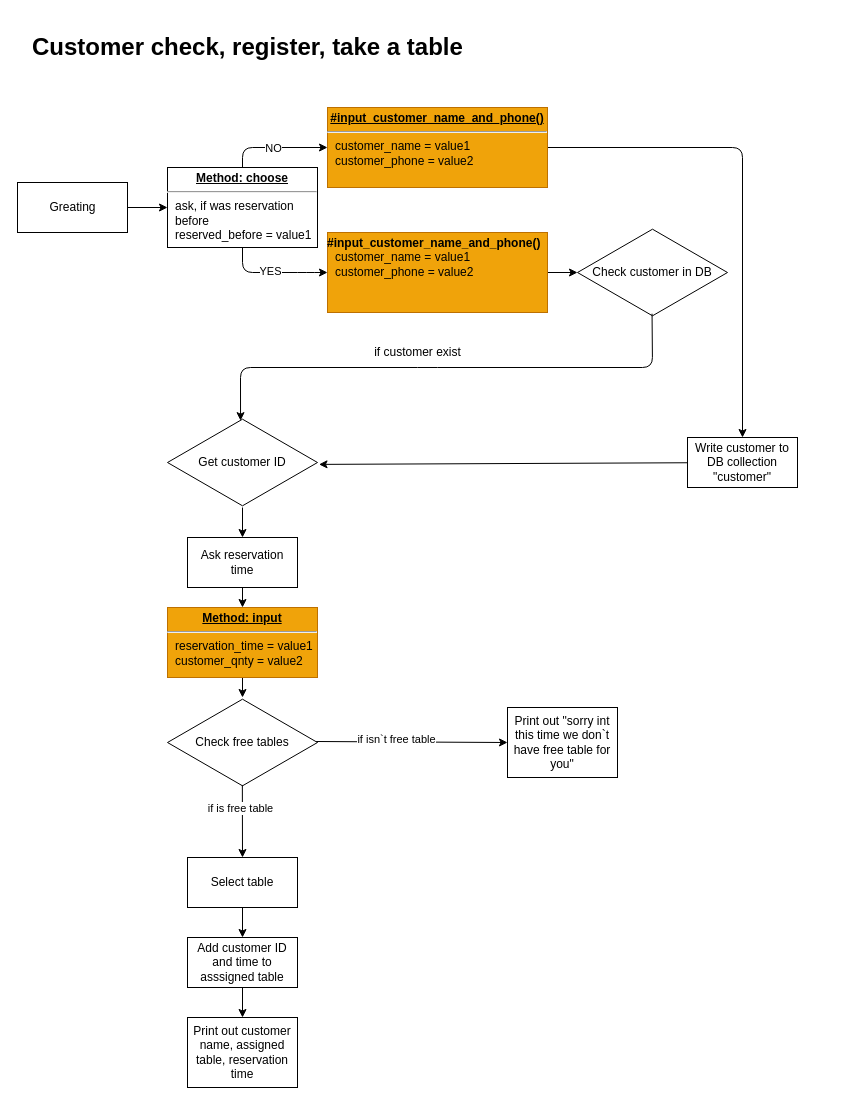
giedriuzz/cafeteria keeps this draw.io diagram as page "customer" (2 of 2) of draw_dio/mongodb.dio. Above is the earlier version. Source tidied: cells renumbered, new cells numbered last; positions are measured from the earlier drawing's top-left corner, leaving out a move shared by most shapes. Both pictures are drawn from the tidied source at 100%, with x=0, y=0 at pixel (17, 27).
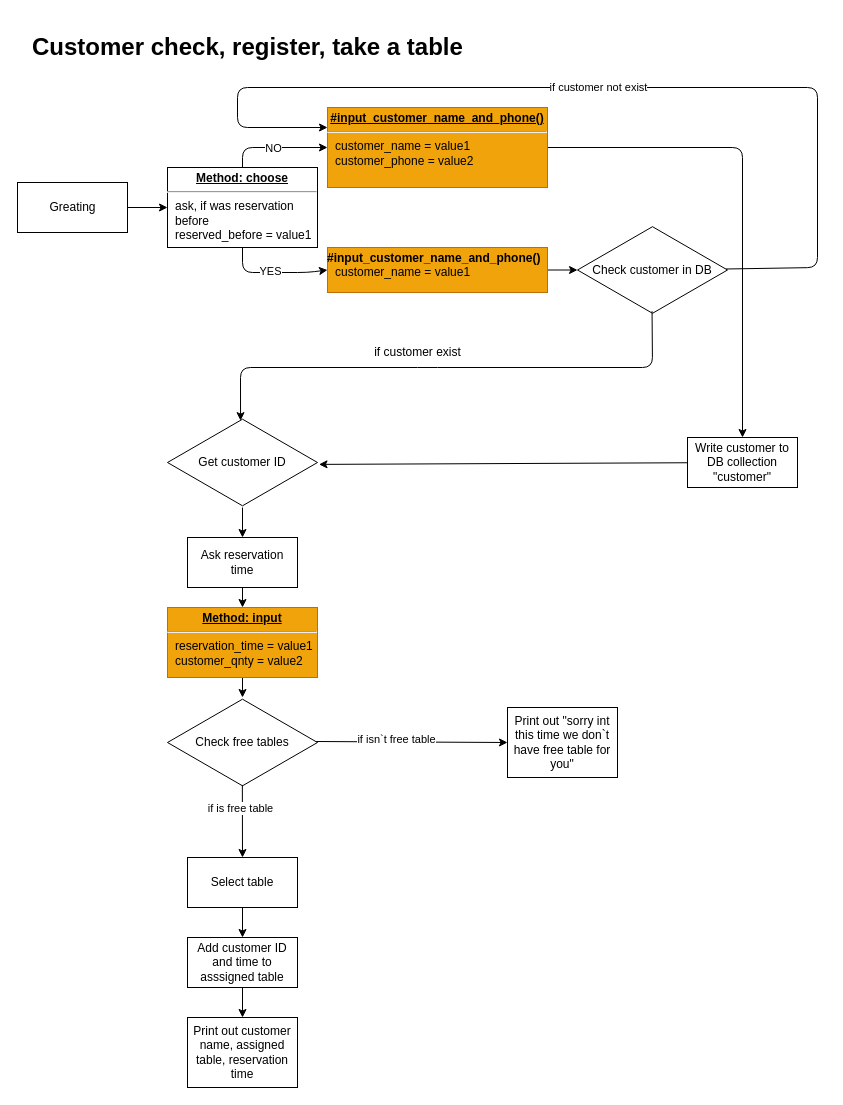
After the change.

Commit message (it also covers changes not shown here):
work on Customer model

The change refers to these unchanged cells:
```xml
<mxCell id="5" value="&lt;p style=&quot;margin:0px;margin-top:4px;text-align:center;text-decoration:underline;&quot;&gt;&lt;b&gt;#input_customer_name_and_phone()&lt;/b&gt;&lt;/p&gt;&lt;hr&gt;&lt;p style=&quot;margin:0px;margin-left:8px;&quot;&gt;customer_name = value1&lt;br&gt;customer_phone = value2&lt;br&gt;&lt;/p&gt;" style="verticalAlign=top;align=left;overflow=fill;fontSize=12;fontFamily=Helvetica;html=1;whiteSpace=wrap;fillColor=#f0a30a;fontColor=#000000;strokeColor=#BD7000;" parent="1" vertex="1">
  <mxGeometry x="310" y="80" width="220" height="80" as="geometry" />
</mxCell>
```

Change to the diagram source:
```diff
@@
+    <mxCell id="36" style="edgeStyle=none;html=1;entryX=0;entryY=0.25;entryDx=0;entryDy=0;exitX=0.988;exitY=0.489;exitDx=0;exitDy=0;exitPerimeter=0;" parent="1" edge="1" source="7" target="5">
+      <mxGeometry relative="1" as="geometry">
+        <Array as="points">
+          <mxPoint x="800" y="240" />
+          <mxPoint x="800" y="60" />
+          <mxPoint x="220" y="60" />
+          <mxPoint x="220" y="100" />
+        </Array>
+      </mxGeometry>
+    </mxCell>
+    <mxCell id="37" value="if customer not exist" style="edgeLabel;html=1;align=center;verticalAlign=middle;" parent="36" vertex="1">
+      <mxGeometry y="-1" relative="1" as="geometry" />
+    </mxCell>
     <mxCell id="7" value="Check customer in DB" style="html=1;whiteSpace=wrap;shape=isoRectangle;" parent="1" vertex="1">
-      <mxGeometry x="560" y="200" width="150" height="90" as="geometry" />
+      <mxGeometry x="560" y="197.5" width="150" height="90" as="geometry" />
     </mxCell>
@@
-    <mxCell id="34" value="&lt;p style=&quot;margin:0px;margin-top:4px;text-align:center;text-decoration:underline;&quot;&gt;&lt;/p&gt;&lt;b style=&quot;text-align: center;&quot;&gt;#input_customer_name_and_phone()&lt;/b&gt;&lt;p style=&quot;margin:0px;margin-left:8px;&quot;&gt;customer_name = value1&lt;br&gt;customer_phone = value2&lt;br&gt;&lt;/p&gt;" style="verticalAlign=top;align=left;overflow=fill;fontSize=12;fontFamily=Helvetica;html=1;whiteSpace=wrap;fillColor=#f0a30a;fontColor=#000000;strokeColor=#BD7000;" parent="1" vertex="1">
-      <mxGeometry x="310" y="205" width="220" height="80" as="geometry" />
+    <mxCell id="34" value="&lt;p style=&quot;margin:0px;margin-top:4px;text-align:center;text-decoration:underline;&quot;&gt;&lt;/p&gt;&lt;b style=&quot;text-align: center;&quot;&gt;#input_customer_name_and_phone()&lt;/b&gt;&lt;p style=&quot;margin:0px;margin-left:8px;&quot;&gt;customer_name = value1&lt;br&gt;&lt;/p&gt;" style="verticalAlign=top;align=left;overflow=fill;fontSize=12;fontFamily=Helvetica;html=1;whiteSpace=wrap;fillColor=#f0a30a;fontColor=#000000;strokeColor=#BD7000;" parent="1" vertex="1">
+      <mxGeometry x="310" y="220" width="220" height="45" as="geometry" />
     </mxCell>
```
